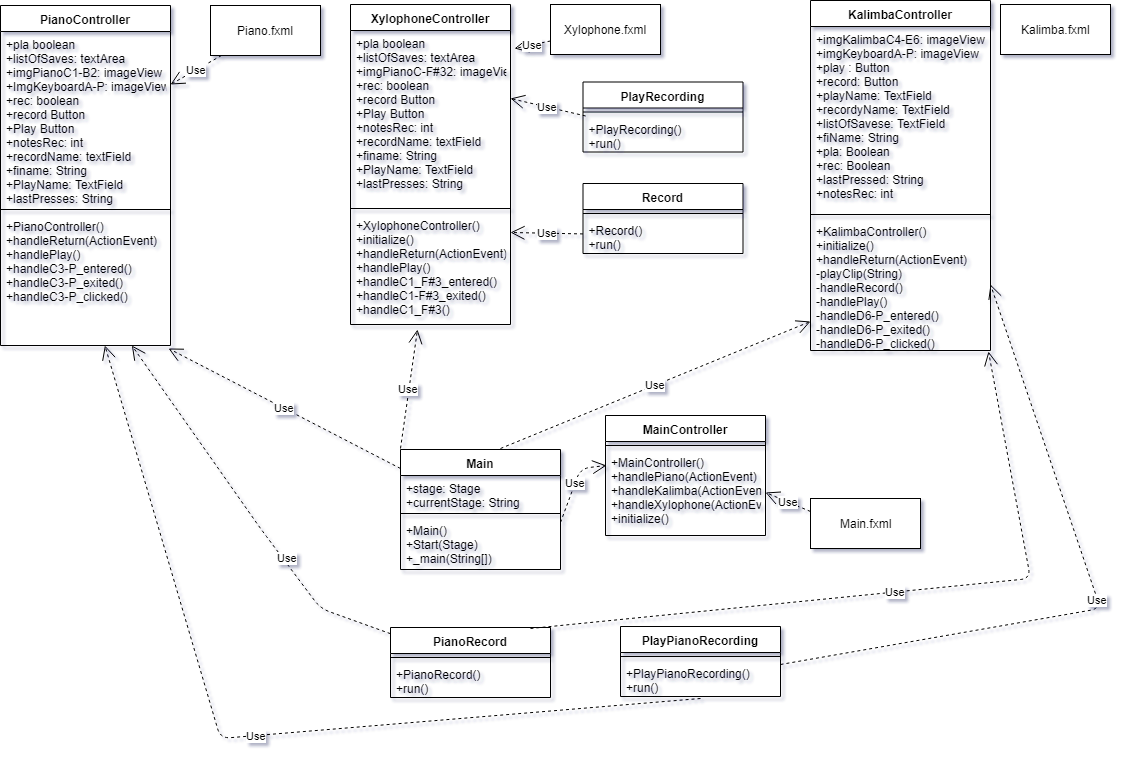
The draw.io diagram Untitled Diagram.png in lkarvec/Note-v2, before a commit. Source tidied: cells renumbered, new cells last; positions are measured from the earlier drawing's top-left corner, leaving out a move shared by most shapes. Its diagram source:
```xml
<mxGraphModel>
  <root>
    <mxCell id="0" />
    <mxCell id="1" parent="0" />
    <mxCell id="2" value="Piano.fxml" style="html=1;" parent="1" vertex="1">
      <mxGeometry x="210" y="5" width="110" height="50" as="geometry" />
    </mxCell>
    <mxCell id="3" value="Xylophone.fxml" style="html=1;" parent="1" vertex="1">
      <mxGeometry x="550" y="4" width="110" height="50" as="geometry" />
    </mxCell>
    <mxCell id="4" value="Kalimba.fxml" style="html=1;" parent="1" vertex="1">
      <mxGeometry x="1000" y="4" width="110" height="50" as="geometry" />
    </mxCell>
    <mxCell id="5" value="PianoController" style="swimlane;fontStyle=1;align=center;verticalAlign=top;horizontal=1;startSize=26;" parent="1" vertex="1">
      <mxGeometry y="5" width="170" height="340" as="geometry" />
    </mxCell>
    <mxCell id="6" value="+pla boolean&#10;+listOfSaves: textArea&#10;+imgPianoC1-B2: imageView&#10;+ImgKeyboardA-P: imageView&#10;+rec: boolean&#10;+record Button&#10;+Play Button&#10;+notesRec: int&#10;+recordName: textField&#10;+finame: String&#10;+PlayName: TextField&#10;+lastPresses: String" style="text;strokeColor=none;fillColor=none;align=left;verticalAlign=top;spacingLeft=4;spacingRight=4;overflow=hidden;points=[[0,0.5],[1,0.5]];portConstraint=eastwest;" parent="5" vertex="1">
      <mxGeometry y="26" width="170" height="174" as="geometry" />
    </mxCell>
    <mxCell id="7" style="line;strokeWidth=1;fillColor=none;align=left;verticalAlign=middle;spacingTop=-1;spacingLeft=3;spacingRight=3;labelPosition=right;" parent="5" vertex="1">
      <mxGeometry y="200" width="170" height="8" as="geometry" />
    </mxCell>
    <mxCell id="8" value="+PianoController()&#10;+handleReturn(ActionEvent)&#10;+handlePlay()&#10;+handleC3-P_entered()&#10;+handleC3-P_exited()&#10;+handleC3-P_clicked()" style="text;strokeColor=none;fillColor=none;align=left;verticalAlign=top;spacingLeft=4;spacingRight=4;overflow=hidden;points=[[0,0.5],[1,0.5]];portConstraint=eastwest;" parent="5" vertex="1">
      <mxGeometry y="208" width="170" height="132" as="geometry" />
    </mxCell>
    <mxCell id="9" value="XylophoneController" style="swimlane;fontStyle=1;align=center;verticalAlign=top;horizontal=1;startSize=26;" parent="1" vertex="1">
      <mxGeometry x="350" y="4" width="160" height="320" as="geometry" />
    </mxCell>
    <mxCell id="10" value="+pla boolean&#10;+listOfSaves: textArea&#10;+imgPianoC-F#32: imageView&#10;+rec: boolean&#10;+record Button&#10;+Play Button&#10;+notesRec: int&#10;+recordName: textField&#10;+finame: String&#10;+PlayName: TextField&#10;+lastPresses: String" style="text;strokeColor=none;fillColor=none;align=left;verticalAlign=top;spacingLeft=4;spacingRight=4;overflow=hidden;points=[[0,0.5],[1,0.5]];portConstraint=eastwest;" parent="9" vertex="1">
      <mxGeometry y="26" width="160" height="174" as="geometry" />
    </mxCell>
    <mxCell id="11" style="line;strokeWidth=1;fillColor=none;align=left;verticalAlign=middle;spacingTop=-1;spacingLeft=3;spacingRight=3;labelPosition=right;" parent="9" vertex="1">
      <mxGeometry y="200" width="160" height="8" as="geometry" />
    </mxCell>
    <mxCell id="12" value="+XylophoneController()&#10;+initialize()&#10;+handleReturn(ActionEvent)&#10;+handlePlay()&#10;+handleC1_F#3_entered()&#10;+handleC1-F#3_exited()&#10;+handleC1_F#3()" style="text;strokeColor=none;fillColor=none;align=left;verticalAlign=top;spacingLeft=4;spacingRight=4;overflow=hidden;points=[[0,0.5],[1,0.5]];portConstraint=eastwest;" parent="9" vertex="1">
      <mxGeometry y="208" width="160" height="112" as="geometry" />
    </mxCell>
    <mxCell id="13" value="KalimbaController" style="swimlane;fontStyle=1;align=center;verticalAlign=top;horizontal=1;startSize=26;" parent="1" vertex="1">
      <mxGeometry x="810" width="180" height="350" as="geometry" />
    </mxCell>
    <mxCell id="14" value="+imgKalimbaC4-E6: imageView&#10;+imgKeyboardA-P: imageView&#10;+play : Button&#10;+record: Button&#10;+playName: TextField&#10;+recordyName: TextField&#10;+listOfSavese: TextField&#10;+fiName: String&#10;+pla: Boolean&#10;+rec: Boolean&#10;+lastPressed: String&#10;+notesRec: int" style="text;strokeColor=none;fillColor=none;align=left;verticalAlign=top;spacingLeft=4;spacingRight=4;overflow=hidden;points=[[0,0.5],[1,0.5]];portConstraint=eastwest;" parent="13" vertex="1">
      <mxGeometry y="26" width="180" height="184" as="geometry" />
    </mxCell>
    <mxCell id="15" style="line;strokeWidth=1;fillColor=none;align=left;verticalAlign=middle;spacingTop=-1;spacingLeft=3;spacingRight=3;labelPosition=right;" parent="13" vertex="1">
      <mxGeometry y="210" width="180" height="8" as="geometry" />
    </mxCell>
    <mxCell id="16" value="+KalimbaController()&#10;+initialize()&#10;+handleReturn(ActionEvent)&#10;-playClip(String)&#10;-handleRecord()&#10;-handlePlay()&#10;-handleD6-P_entered()&#10;-handleD6-P_exited()&#10;-handleD6-P_clicked()" style="text;strokeColor=none;fillColor=none;align=left;verticalAlign=top;spacingLeft=4;spacingRight=4;overflow=hidden;points=[[0,0.5],[1,0.5]];portConstraint=eastwest;" parent="13" vertex="1">
      <mxGeometry y="218" width="180" height="132" as="geometry" />
    </mxCell>
    <mxCell id="17" value="PianoRecord" style="swimlane;fontStyle=1;align=center;verticalAlign=top;horizontal=1;startSize=26;" parent="1" vertex="1">
      <mxGeometry x="390" y="627" width="160" height="70" as="geometry" />
    </mxCell>
    <mxCell id="18" value="Use" style="endArrow=open;endSize=12;dashed=1;html=1;entryX=0.989;entryY=1.008;entryDx=0;entryDy=0;entryPerimeter=0;" parent="17" edge="1" target="16">
      <mxGeometry relative="1" as="geometry">
        <mxPoint x="140" y="1" as="sourcePoint" />
        <Array as="points">
          <mxPoint x="640" y="-49" />
        </Array>
      </mxGeometry>
    </mxCell>
    <mxCell id="19" style="line;strokeWidth=1;fillColor=none;align=left;verticalAlign=middle;spacingTop=-1;spacingLeft=3;spacingRight=3;labelPosition=right;" parent="17" vertex="1">
      <mxGeometry y="26" width="160" height="8" as="geometry" />
    </mxCell>
    <mxCell id="20" value="+PianoRecord()&#10;+run()&#10;" style="text;strokeColor=none;fillColor=none;align=left;verticalAlign=top;spacingLeft=4;spacingRight=4;overflow=hidden;" parent="17" vertex="1">
      <mxGeometry y="34" width="160" height="36" as="geometry" />
    </mxCell>
    <mxCell id="21" value="PlayPianoRecording" style="swimlane;fontStyle=1;align=center;verticalAlign=top;horizontal=1;startSize=26;" parent="1" vertex="1">
      <mxGeometry x="620" y="626" width="160" height="70" as="geometry" />
    </mxCell>
    <mxCell id="22" style="line;strokeWidth=1;fillColor=none;align=left;verticalAlign=middle;spacingTop=-1;spacingLeft=3;spacingRight=3;labelPosition=right;" parent="21" vertex="1">
      <mxGeometry y="26" width="160" height="8" as="geometry" />
    </mxCell>
    <mxCell id="23" value="+PlayPianoRecording()&#10;+run()&#10;" style="text;strokeColor=none;fillColor=none;align=left;verticalAlign=top;spacingLeft=4;spacingRight=4;overflow=hidden;points=[[0,0.5],[1,0.5]];portConstraint=eastwest;" parent="21" vertex="1">
      <mxGeometry y="34" width="160" height="36" as="geometry" />
    </mxCell>
    <mxCell id="24" value="Record" style="swimlane;fontStyle=1;align=center;verticalAlign=top;horizontal=1;startSize=26;" parent="1" vertex="1">
      <mxGeometry x="582.5" y="183" width="160" height="70" as="geometry" />
    </mxCell>
    <mxCell id="25" style="line;strokeWidth=1;fillColor=none;align=left;verticalAlign=middle;spacingTop=-1;spacingLeft=3;spacingRight=3;labelPosition=right;" parent="24" vertex="1">
      <mxGeometry y="26" width="160" height="8" as="geometry" />
    </mxCell>
    <mxCell id="26" value="+Record()&#10;+run()&#10;" style="text;strokeColor=none;fillColor=none;align=left;verticalAlign=top;spacingLeft=4;spacingRight=4;overflow=hidden;points=[[0,0.5],[1,0.5]];portConstraint=eastwest;" parent="24" vertex="1">
      <mxGeometry y="34" width="160" height="36" as="geometry" />
    </mxCell>
    <mxCell id="27" value="PlayRecording" style="swimlane;fontStyle=1;align=center;verticalAlign=top;horizontal=1;startSize=26;" parent="1" vertex="1">
      <mxGeometry x="582.5" y="81.5" width="160" height="70" as="geometry" />
    </mxCell>
    <mxCell id="28" style="line;strokeWidth=1;fillColor=none;align=left;verticalAlign=middle;spacingTop=-1;spacingLeft=3;spacingRight=3;labelPosition=right;" parent="27" vertex="1">
      <mxGeometry y="26" width="160" height="8" as="geometry" />
    </mxCell>
    <mxCell id="29" value="+PlayRecording()&#10;+run()&#10;" style="text;strokeColor=none;fillColor=none;align=left;verticalAlign=top;spacingLeft=4;spacingRight=4;overflow=hidden;points=[[0,0.5],[1,0.5]];portConstraint=eastwest;" parent="27" vertex="1">
      <mxGeometry y="34" width="160" height="36" as="geometry" />
    </mxCell>
    <mxCell id="30" value="Main" style="swimlane;fontStyle=1;align=center;verticalAlign=top;horizontal=1;startSize=26;" parent="1" vertex="1">
      <mxGeometry x="400" y="449" width="160" height="120" as="geometry" />
    </mxCell>
    <mxCell id="31" value="Use" style="endArrow=open;endSize=12;dashed=1;html=1;entryX=0.988;entryY=1.023;entryDx=0;entryDy=0;entryPerimeter=0;" parent="30" edge="1" target="8">
      <mxGeometry relative="1" as="geometry">
        <mxPoint y="19" as="sourcePoint" />
      </mxGeometry>
    </mxCell>
    <mxCell id="32" value="+stage: Stage&#10;+currentStage: String&#10;" style="text;strokeColor=none;fillColor=none;align=left;verticalAlign=top;spacingLeft=4;spacingRight=4;overflow=hidden;" parent="30" vertex="1">
      <mxGeometry y="26" width="160" height="34" as="geometry" />
    </mxCell>
    <mxCell id="33" style="line;strokeWidth=1;fillColor=none;align=left;verticalAlign=middle;spacingTop=-1;spacingLeft=3;spacingRight=3;labelPosition=right;" parent="30" vertex="1">
      <mxGeometry y="60" width="160" height="8" as="geometry" />
    </mxCell>
    <mxCell id="34" value="+Main()&#10;+Start(Stage)&#10;+_main(String[])&#10;" style="text;strokeColor=none;fillColor=none;align=left;verticalAlign=top;spacingLeft=4;spacingRight=4;overflow=hidden;points=[[0,0.5],[1,0.5]];portConstraint=eastwest;" parent="30" vertex="1">
      <mxGeometry y="68" width="160" height="52" as="geometry" />
    </mxCell>
    <mxCell id="35" value="Use" style="endArrow=open;endSize=12;dashed=1;html=1;entryX=0.419;entryY=1.045;entryDx=0;entryDy=0;entryPerimeter=0;" parent="30" edge="1" target="12">
      <mxGeometry relative="1" as="geometry">
        <mxPoint y="-1" as="sourcePoint" />
      </mxGeometry>
    </mxCell>
    <mxCell id="36" value="Use" style="endArrow=open;endSize=12;dashed=1;html=1;entryX=0;entryY=0.78;entryDx=0;entryDy=0;entryPerimeter=0;" parent="30" edge="1" target="16">
      <mxGeometry relative="1" as="geometry">
        <mxPoint x="100" y="-1" as="sourcePoint" />
      </mxGeometry>
    </mxCell>
    <mxCell id="37" value="MainController" style="swimlane;fontStyle=1;align=center;verticalAlign=top;horizontal=1;startSize=26;" parent="1" vertex="1">
      <mxGeometry x="605" y="415" width="160" height="120" as="geometry" />
    </mxCell>
    <mxCell id="38" style="line;strokeWidth=1;fillColor=none;align=left;verticalAlign=middle;spacingTop=-1;spacingLeft=3;spacingRight=3;labelPosition=right;" parent="37" vertex="1">
      <mxGeometry y="26" width="160" height="8" as="geometry" />
    </mxCell>
    <mxCell id="39" value="+MainController()&#10;+handlePiano(ActionEvent)&#10;+handleKalimba(ActionEvent)&#10;+handleXylophone(ActionEvent)&#10;+initialize()" style="text;strokeColor=none;fillColor=none;align=left;verticalAlign=top;spacingLeft=4;spacingRight=4;overflow=hidden;points=[[0,0.5],[1,0.5]];portConstraint=eastwest;" parent="37" vertex="1">
      <mxGeometry y="34" width="160" height="86" as="geometry" />
    </mxCell>
    <mxCell id="40" value="Main.fxml" style="html=1;" parent="1" vertex="1">
      <mxGeometry x="810" y="498" width="110" height="50" as="geometry" />
    </mxCell>
    <mxCell id="41" value="Use" style="endArrow=open;endSize=12;dashed=1;html=1;entryX=1;entryY=0.391;entryDx=0;entryDy=0;entryPerimeter=0;" parent="1" edge="1" source="29" target="10">
      <mxGeometry relative="1" as="geometry" />
    </mxCell>
    <mxCell id="42" value="Use" style="endArrow=open;endSize=12;dashed=1;html=1;entryX=1;entryY=0.179;entryDx=0;entryDy=0;entryPerimeter=0;" parent="1" edge="1" source="26" target="12">
      <mxGeometry relative="1" as="geometry" />
    </mxCell>
    <mxCell id="43" value="Use" style="endArrow=open;endSize=12;dashed=1;html=1;entryX=1.025;entryY=0.103;entryDx=0;entryDy=0;entryPerimeter=0;" parent="1" edge="1" source="3" target="10">
      <mxGeometry relative="1" as="geometry" />
    </mxCell>
    <mxCell id="44" value="Use" style="endArrow=open;endSize=12;dashed=1;html=1;entryX=1;entryY=0.305;entryDx=0;entryDy=0;entryPerimeter=0;" parent="1" edge="1" source="2" target="6">
      <mxGeometry relative="1" as="geometry" />
    </mxCell>
    <mxCell id="45" value="Use" style="endArrow=open;endSize=12;dashed=1;html=1;exitX=1;exitY=0.096;exitDx=0;exitDy=0;exitPerimeter=0;entryX=0.006;entryY=0.186;entryDx=0;entryDy=0;entryPerimeter=0;" parent="1" edge="1" source="34" target="39">
      <mxGeometry relative="1" as="geometry">
        <Array as="points">
          <mxPoint x="580" y="468" />
        </Array>
      </mxGeometry>
    </mxCell>
    <mxCell id="46" value="Use" style="endArrow=open;endSize=12;dashed=1;html=1;entryX=1;entryY=0.5;entryDx=0;entryDy=0;exitX=0;exitY=0.25;exitDx=0;exitDy=0;" parent="1" edge="1" source="40" target="39">
      <mxGeometry relative="1" as="geometry" />
    </mxCell>
    <mxCell id="47" value="Use" style="endArrow=open;endSize=12;dashed=1;html=1;" parent="1" edge="1" source="17" target="8">
      <mxGeometry x="-0.32" y="-4" relative="1" as="geometry">
        <Array as="points">
          <mxPoint x="320" y="608" />
          <mxPoint x="260" y="528" />
        </Array>
      </mxGeometry>
    </mxCell>
    <mxCell id="48" value="Use" style="endArrow=open;endSize=12;dashed=1;html=1;" parent="1" edge="1" target="8">
      <mxGeometry relative="1" as="geometry">
        <mxPoint x="700" y="698" as="sourcePoint" />
        <Array as="points">
          <mxPoint x="220" y="738" />
        </Array>
      </mxGeometry>
    </mxCell>
    <mxCell id="49" value="Use" style="endArrow=open;endSize=12;dashed=1;html=1;entryX=1;entryY=0.5;entryDx=0;entryDy=0;" parent="1" edge="1" source="23" target="16">
      <mxGeometry relative="1" as="geometry">
        <Array as="points">
          <mxPoint x="1100" y="608" />
        </Array>
      </mxGeometry>
    </mxCell>
  </root>
</mxGraphModel>
```
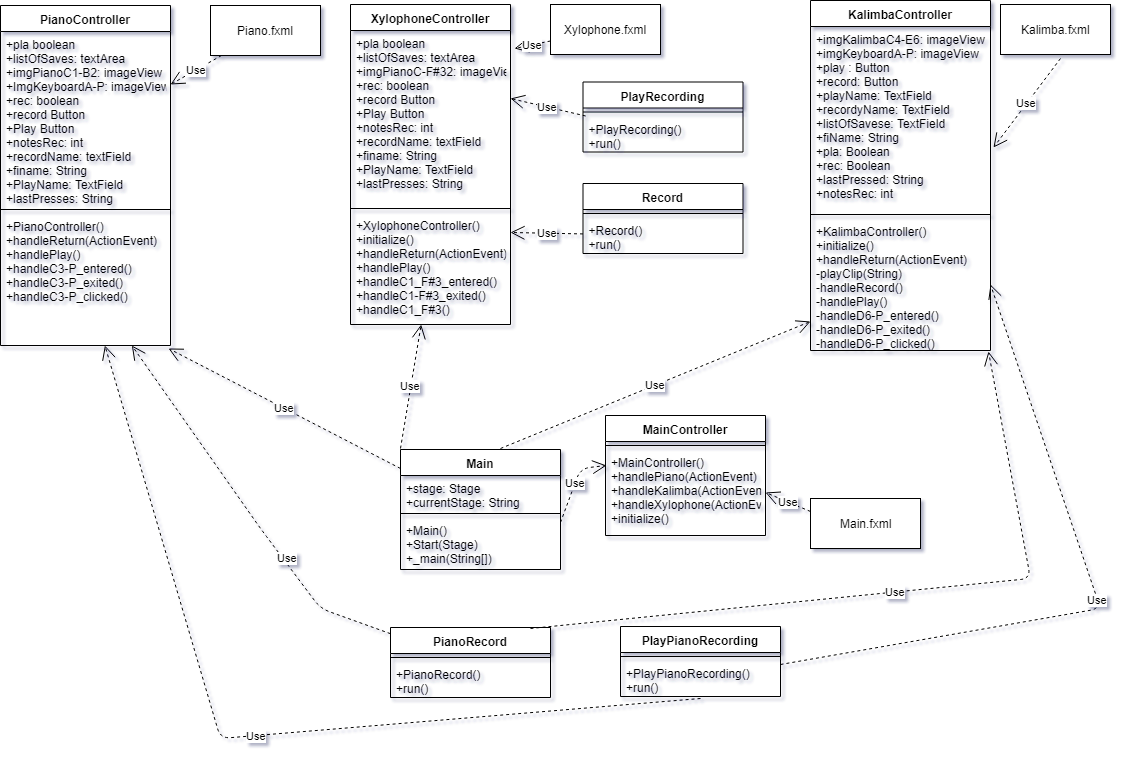
Above is the later version.

Diff of the diagram source:
```diff
@@ -108,7 +108,7 @@
     <mxCell id="34" value="+Main()&#10;+Start(Stage)&#10;+_main(String[])&#10;" style="text;strokeColor=none;fillColor=none;align=left;verticalAlign=top;spacingLeft=4;spacingRight=4;overflow=hidden;points=[[0,0.5],[1,0.5]];portConstraint=eastwest;" parent="30" vertex="1">
       <mxGeometry y="68" width="160" height="52" as="geometry" />
     </mxCell>
-    <mxCell id="35" value="Use" style="endArrow=open;endSize=12;dashed=1;html=1;entryX=0.419;entryY=1.045;entryDx=0;entryDy=0;entryPerimeter=0;" parent="30" edge="1" target="12">
+    <mxCell id="35" value="Use" style="endArrow=open;endSize=12;dashed=1;html=1;" parent="30" edge="1" target="12">
       <mxGeometry relative="1" as="geometry">
         <mxPoint y="-1" as="sourcePoint" />
       </mxGeometry>
@@ -175,5 +175,10 @@
         </Array>
       </mxGeometry>
     </mxCell>
+    <mxCell id="50" value="Use" style="endArrow=open;endSize=12;dashed=1;html=1;entryX=1.017;entryY=0.658;entryDx=0;entryDy=0;entryPerimeter=0;" parent="1" edge="1" target="14">
+      <mxGeometry relative="1" as="geometry">
+        <mxPoint x="1060" y="58" as="sourcePoint" />
+      </mxGeometry>
+    </mxCell>
   </root>
 </mxGraphModel>
```
